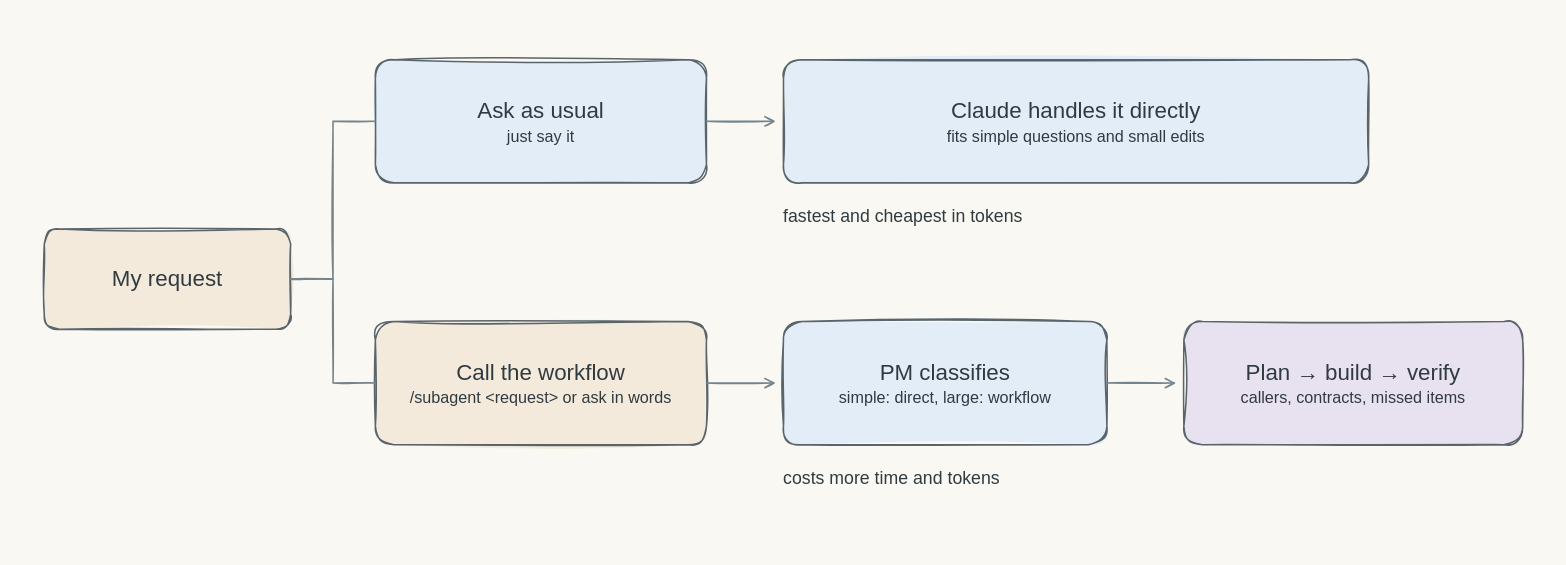
This is docs/assets/drawio/subagent-on-demand.en.drawio from jbeat30/claude-subagent-workflow, a draw.io file, before an edit. Source tidied: cells renumbered, new cells numbered last; positions are measured from the earlier drawing's top-left corner, leaving out a move shared by most shapes. Both pictures are drawn from the tidied source at 77%, with x=0, y=0 at pixel (13, 13).
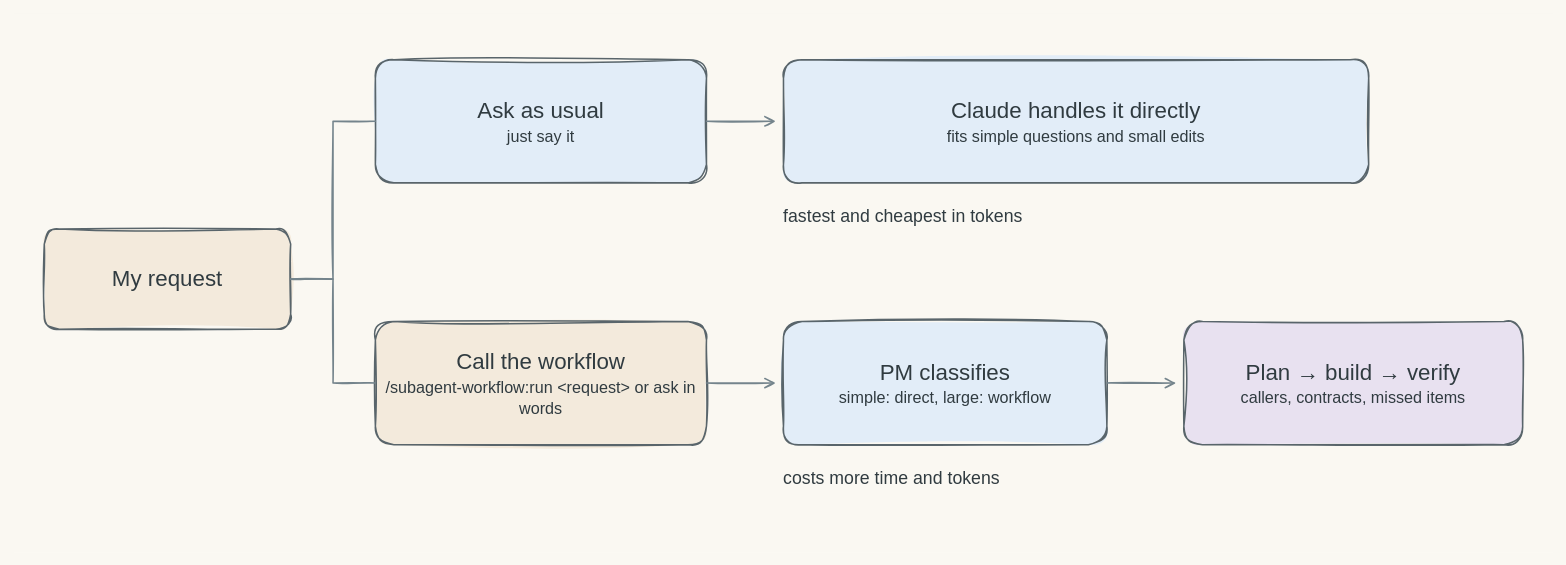
The same page after the edit.

Change to the diagram source:
```diff
@@
-    <mxCell id="6" value="&lt;div style=&quot;font-size:29.0px;font-weight:normal;line-height:1.35;color:#303B40;&quot;&gt;Call the workflow&lt;/div&gt;&lt;div style=&quot;font-size:21.0px;font-weight:normal;line-height:1.35;color:#303B40;&quot;&gt;/subagent &amp;lt;request&amp;gt; or ask in words&lt;/div&gt;" style="whiteSpace=wrap;html=1;align=center;verticalAlign=middle;fontFamily=Malgun Gothic;fontColor=#303B40;fillColor=#f3eadc;spacing=12;rounded=1;sketch=1;jiggle=2;strokeWidth=2;strokeColor=#59656b;fillOpacity=100;opacity=100;fillStyle=solid;gradientColor=none;glass=0;fontStyle=0;" parent="1" vertex="1">
+    <mxCell id="6" value="&lt;div style=&quot;font-size:29.0px;font-weight:normal;line-height:1.35;color:#303B40;&quot;&gt;Call the workflow&lt;/div&gt;&lt;div style=&quot;font-size:21.0px;font-weight:normal;line-height:1.35;color:#303B40;&quot;&gt;/subagent-workflow:run &amp;lt;request&amp;gt; or ask in words&lt;/div&gt;" style="whiteSpace=wrap;html=1;align=center;verticalAlign=middle;fontFamily=Malgun Gothic;fontColor=#303B40;fillColor=#f3eadc;spacing=12;rounded=1;sketch=1;jiggle=2;strokeWidth=2;strokeColor=#59656b;fillOpacity=100;opacity=100;fillStyle=solid;gradientColor=none;glass=0;fontStyle=0;" parent="1" vertex="1">
       <mxGeometry x="470" y="400" width="430" height="160" as="geometry" />
     </mxCell>
```
